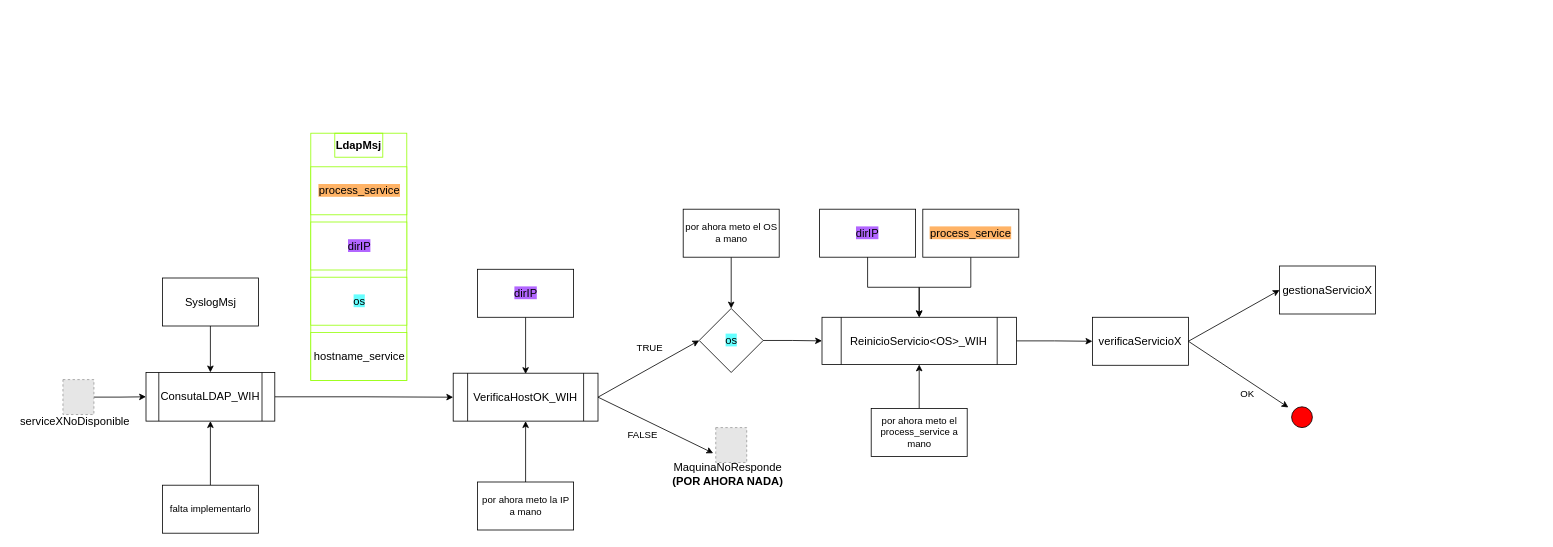
Earlier version of the draw.io diagram page "serviceXNoDisponible" (2 of 3) of esquemaProcesos.drawio (MarianaReyesH/gestionRed). Source tidied: cells renumbered, new cells numbered last; positions are measured from the earlier drawing's top-left corner, leaving out a move shared by most shapes. Both pictures are drawn from the tidied source at 80%, with x=0, y=0 at pixel (14, 133). Pictures stored in the file or linked from it are replaced by grey dashed boxes.
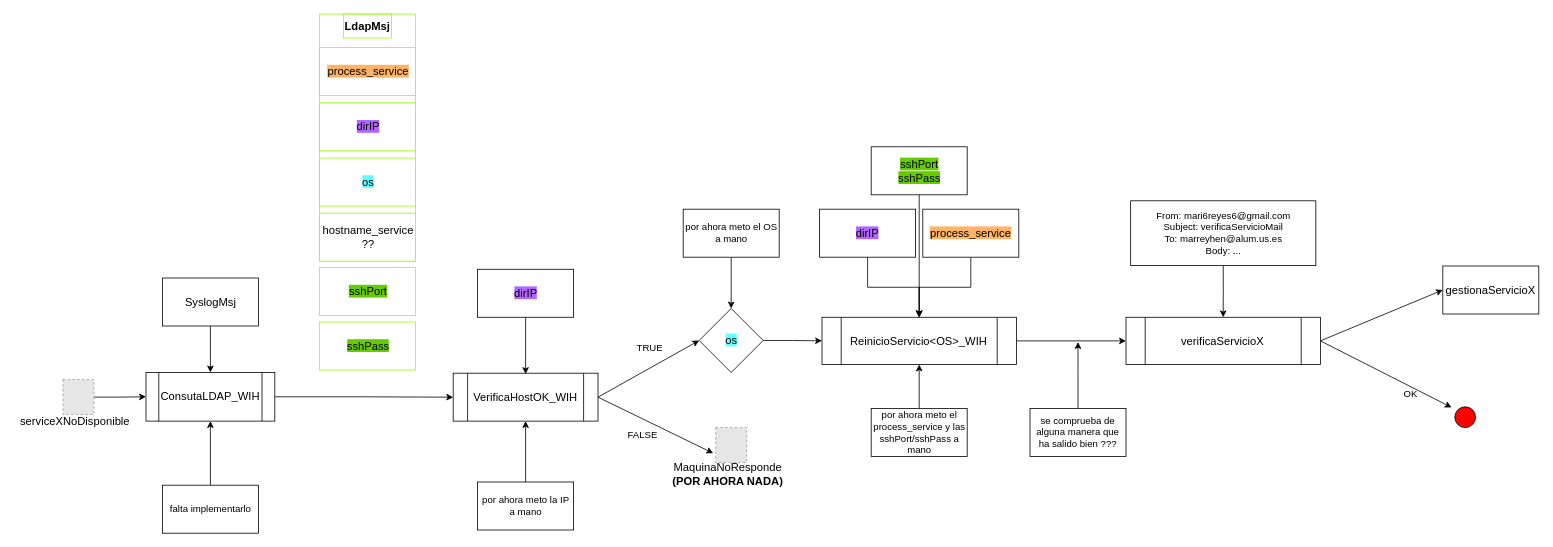
The same page after the edit.

The change refers to these unchanged cells:
```xml
<mxCell id="32" value="&lt;font style=&quot;font-size: 14px;&quot;&gt;ReinicioServicio&amp;lt;OS&amp;gt;_WIH&lt;/font&gt;" style="shape=process;whiteSpace=wrap;html=1;backgroundOutline=1;" parent="1" vertex="1">
  <mxGeometry x="1010" y="230.1" width="243" height="59" as="geometry" />
</mxCell>
```

Diff of the diagram source:
```diff
@@
-    <mxCell id="10" value="&lt;font style=&quot;font-size: 14px;&quot;&gt;verificaServicioX&lt;/font&gt;" style="rounded=0;whiteSpace=wrap;html=1;" parent="1" vertex="1">
-      <mxGeometry x="1348" y="230.1" width="120" height="60" as="geometry" />
-    </mxCell>
@@
     <mxCell id="12" style="endArrow=classic;html=1;rounded=0;entryX=0.379;entryY=-0.093;entryDx=0;entryDy=0;entryPerimeter=0;exitX=1;exitY=0.5;exitDx=0;exitDy=0;" parent="1" edge="1" source="10">
       <mxGeometry relative="1" as="geometry">
-        <mxPoint x="1593" y="342.8" as="targetPoint" />
+        <mxPoint x="1797" y="342.8" as="targetPoint" />
       </mxGeometry>
     </mxCell>
     <mxCell id="13" value="OK" style="text;html=1;align=center;verticalAlign=middle;whiteSpace=wrap;rounded=0;" parent="1" vertex="1">
-      <mxGeometry x="1512" y="311" width="60" height="30" as="geometry" />
+      <mxGeometry x="1716" y="311" width="60" height="30" as="geometry" />
     </mxCell>
     <mxCell id="14" value="&lt;font style=&quot;font-size: 14px;&quot;&gt;gestionaServicioX&lt;/font&gt;" style="rounded=0;whiteSpace=wrap;html=1;" parent="1" vertex="1">
-      <mxGeometry x="1582" y="166" width="120" height="60" as="geometry" />
+      <mxGeometry x="1786" y="166" width="120" height="60" as="geometry" />
     </mxCell>
     <mxCell id="15" style="ellipse;whiteSpace=wrap;html=1;fillColor=#FF0000;" parent="1" vertex="1">
-      <mxGeometry x="1597" y="342" width="26" height="26" as="geometry" />
+      <mxGeometry x="1801" y="342" width="26" height="26" as="geometry" />
     </mxCell>
@@
-    <mxCell id="24" style="group;strokeColor=#94FF08;" parent="1" vertex="1">
-      <mxGeometry x="371" width="120" height="309" as="geometry" />
-    </mxCell>
-    <mxCell id="25" value="&lt;div style=&quot;padding: 0px 0px 0px 2px;&quot;&gt;&lt;div style=&quot;&quot;&gt;&lt;p style=&quot;margin: 0px;&quot;&gt;&lt;font style=&quot;font-size: 14px; background-color: rgb(255, 179, 102);&quot;&gt;process_service&lt;/font&gt;&lt;/p&gt;&lt;/div&gt;&lt;/div&gt;" style="rounded=0;whiteSpace=wrap;html=1;strokeColor=#94FF08;" parent="24" vertex="1">
-      <mxGeometry y="42" width="120" height="60" as="geometry" />
-    </mxCell>
-    <mxCell id="26" value="&lt;div style=&quot;padding: 0px 0px 0px 2px;&quot;&gt;&lt;div style=&quot;&quot;&gt;&lt;p style=&quot;margin: 0px;&quot;&gt;&lt;font style=&quot;font-size: 14px; background-color: rgb(178, 102, 255);&quot;&gt;dirIP&lt;/font&gt;&lt;/p&gt;&lt;/div&gt;&lt;/div&gt;" style="rounded=0;whiteSpace=wrap;html=1;strokeColor=#94FF08;" parent="24" vertex="1">
-      <mxGeometry y="111" width="120" height="60" as="geometry" />
-    </mxCell>
-    <mxCell id="27" value="&lt;div style=&quot;padding: 0px 0px 0px 2px;&quot;&gt;&lt;div style=&quot;&quot;&gt;&lt;p style=&quot;margin: 0px;&quot;&gt;&lt;font style=&quot;font-size: 14px; background-color: rgb(102, 255, 255);&quot;&gt;os&lt;/font&gt;&lt;/p&gt;&lt;/div&gt;&lt;/div&gt;" style="rounded=0;whiteSpace=wrap;html=1;strokeColor=#94FF08;fillColor=#FFFFFF;" parent="24" vertex="1">
-      <mxGeometry y="180" width="120" height="60" as="geometry" />
-    </mxCell>
-    <mxCell id="28" value="&lt;b&gt;&lt;font style=&quot;font-size: 14px;&quot;&gt;LdapMsj&lt;/font&gt;&lt;/b&gt;" style="text;html=1;align=center;verticalAlign=middle;whiteSpace=wrap;rounded=0;strokeColor=#94FF08;" parent="24" vertex="1">
-      <mxGeometry x="30" width="60" height="30" as="geometry" />
-    </mxCell>
-    <mxCell id="29" value="&lt;div style=&quot;padding: 0px 0px 0px 2px;&quot;&gt;&lt;div style=&quot;&quot;&gt;&lt;p style=&quot;margin: 0px;&quot;&gt;&lt;font style=&quot;font-size: 14px;&quot;&gt;hostname_service&lt;/font&gt;&lt;/p&gt;&lt;/div&gt;&lt;/div&gt;" style="rounded=0;whiteSpace=wrap;html=1;strokeColor=#94FF08;" parent="24" vertex="1">
-      <mxGeometry y="249" width="120" height="60" as="geometry" />
-    </mxCell>
@@
-    <mxCell id="45" value="&lt;font style=&quot;font-size: 12px;&quot;&gt;por ahora meto el process_service a mano&lt;/font&gt;" style="rounded=0;whiteSpace=wrap;html=1;" parent="1" vertex="1">
+    <mxCell id="45" value="&lt;font style=&quot;font-size: 12px;&quot;&gt;por ahora meto el process_service y las sshPort/sshPass a mano&lt;/font&gt;" style="rounded=0;whiteSpace=wrap;html=1;" parent="1" vertex="1">
       <mxGeometry x="1071.5" y="344" width="120" height="60" as="geometry" />
     </mxCell>
+    <mxCell id="46" style="group;" parent="1" vertex="1">
+      <mxGeometry x="382" y="-149" width="120" height="377" as="geometry" />
+    </mxCell>
+    <mxCell id="24" style="group;strokeColor=#94FF08;" parent="46" vertex="1">
+      <mxGeometry width="120" height="309" as="geometry" />
+    </mxCell>
+    <mxCell id="25" value="&lt;div style=&quot;padding: 0px 0px 0px 2px;&quot;&gt;&lt;div style=&quot;&quot;&gt;&lt;p style=&quot;margin: 0px;&quot;&gt;&lt;font style=&quot;font-size: 14px; background-color: rgb(255, 179, 102);&quot;&gt;process_service&lt;/font&gt;&lt;/p&gt;&lt;/div&gt;&lt;/div&gt;" style="rounded=0;whiteSpace=wrap;html=1;strokeColor=#94FF08;" parent="46" vertex="1">
+      <mxGeometry y="42" width="120" height="60" as="geometry" />
+    </mxCell>
+    <mxCell id="26" value="&lt;div style=&quot;padding: 0px 0px 0px 2px;&quot;&gt;&lt;div style=&quot;&quot;&gt;&lt;p style=&quot;margin: 0px;&quot;&gt;&lt;font style=&quot;font-size: 14px; background-color: rgb(178, 102, 255);&quot;&gt;dirIP&lt;/font&gt;&lt;/p&gt;&lt;/div&gt;&lt;/div&gt;" style="rounded=0;whiteSpace=wrap;html=1;strokeColor=#94FF08;" parent="46" vertex="1">
+      <mxGeometry y="111" width="120" height="60" as="geometry" />
+    </mxCell>
+    <mxCell id="27" value="&lt;div style=&quot;padding: 0px 0px 0px 2px;&quot;&gt;&lt;div style=&quot;&quot;&gt;&lt;p style=&quot;margin: 0px;&quot;&gt;&lt;font style=&quot;font-size: 14px; background-color: rgb(102, 255, 255);&quot;&gt;os&lt;/font&gt;&lt;/p&gt;&lt;/div&gt;&lt;/div&gt;" style="rounded=0;whiteSpace=wrap;html=1;strokeColor=#94FF08;fillColor=#FFFFFF;" parent="46" vertex="1">
+      <mxGeometry y="180" width="120" height="60" as="geometry" />
+    </mxCell>
+    <mxCell id="28" value="&lt;b&gt;&lt;font style=&quot;font-size: 14px;&quot;&gt;LdapMsj&lt;/font&gt;&lt;/b&gt;" style="text;html=1;align=center;verticalAlign=middle;whiteSpace=wrap;rounded=0;strokeColor=#94FF08;" parent="46" vertex="1">
+      <mxGeometry x="30" width="60" height="30" as="geometry" />
+    </mxCell>
+    <mxCell id="29" value="&lt;div style=&quot;padding: 0px 0px 0px 2px;&quot;&gt;&lt;div style=&quot;&quot;&gt;&lt;p style=&quot;margin: 0px;&quot;&gt;&lt;font style=&quot;font-size: 14px;&quot;&gt;hostname_service&lt;/font&gt;&lt;/p&gt;&lt;p style=&quot;margin: 0px;&quot;&gt;&lt;font style=&quot;font-size: 14px;&quot;&gt;??&lt;/font&gt;&lt;/p&gt;&lt;/div&gt;&lt;/div&gt;" style="rounded=0;whiteSpace=wrap;html=1;strokeColor=#94FF08;" parent="46" vertex="1">
+      <mxGeometry y="249" width="120" height="60" as="geometry" />
+    </mxCell>
+    <mxCell id="47" value="&lt;div style=&quot;padding: 0px 0px 0px 2px;&quot;&gt;&lt;div style=&quot;&quot;&gt;&lt;p style=&quot;margin: 0px;&quot;&gt;&lt;span style=&quot;font-size: 14px; background-color: rgb(102, 204, 0);&quot;&gt;sshPort&lt;/span&gt;&lt;/p&gt;&lt;/div&gt;&lt;/div&gt;" style="rounded=0;whiteSpace=wrap;html=1;strokeColor=#94FF08;" parent="46" vertex="1">
+      <mxGeometry y="317" width="120" height="60" as="geometry" />
+    </mxCell>
+    <mxCell id="48" style="edgeStyle=orthogonalEdgeStyle;rounded=0;jettySize=auto;html=1;entryX=0.5;entryY=0;entryDx=0;entryDy=0;" parent="1" edge="1" source="49" target="32">
+      <mxGeometry relative="1" as="geometry" />
+    </mxCell>
+    <mxCell id="49" value="&lt;span style=&quot;font-size: 14px; background-color: rgb(102, 204, 0);&quot;&gt;sshPort&lt;/span&gt;&lt;div&gt;&lt;span style=&quot;font-size: 14px; background-color: rgb(102, 204, 0);&quot;&gt;sshPass&lt;/span&gt;&lt;/div&gt;" style="rounded=0;whiteSpace=wrap;html=1;" parent="1" vertex="1">
+      <mxGeometry x="1071.5" y="17" width="120" height="60" as="geometry" />
+    </mxCell>
+    <mxCell id="50" value="&lt;div style=&quot;padding: 0px 0px 0px 2px;&quot;&gt;&lt;div style=&quot;&quot;&gt;&lt;p style=&quot;margin: 0px;&quot;&gt;&lt;span style=&quot;font-size: 14px; background-color: rgb(102, 204, 0);&quot;&gt;sshPass&lt;/span&gt;&lt;/p&gt;&lt;/div&gt;&lt;/div&gt;" style="rounded=0;whiteSpace=wrap;html=1;strokeColor=#94FF08;" parent="1" vertex="1">
+      <mxGeometry x="382" y="236" width="120" height="60" as="geometry" />
+    </mxCell>
+    <mxCell id="10" value="&lt;span style=&quot;font-size: 14px;&quot;&gt;verificaServicioX&lt;/span&gt;" style="shape=process;whiteSpace=wrap;html=1;backgroundOutline=1;" parent="1" vertex="1">
+      <mxGeometry x="1390" y="230.1" width="243" height="59" as="geometry" />
+    </mxCell>
+    <mxCell id="51" style="edgeStyle=orthogonalEdgeStyle;rounded=0;jettySize=auto;html=1;" parent="1" edge="1" source="52">
+      <mxGeometry relative="1" as="geometry">
+        <mxPoint x="1330" y="261.1" as="targetPoint" />
+      </mxGeometry>
+    </mxCell>
+    <mxCell id="52" value="&lt;font style=&quot;font-size: 12px;&quot;&gt;se comprueba de alguna manera que ha salido bien ???&lt;/font&gt;" style="rounded=0;whiteSpace=wrap;html=1;" parent="1" vertex="1">
+      <mxGeometry x="1270" y="344" width="120" height="60" as="geometry" />
+    </mxCell>
+    <mxCell id="53" style="edgeStyle=orthogonalEdgeStyle;rounded=0;jettySize=auto;html=1;entryX=0.5;entryY=0;entryDx=0;entryDy=0;" parent="1" edge="1" source="54" target="10">
+      <mxGeometry relative="1" as="geometry" />
+    </mxCell>
+    <mxCell id="54" value="&lt;font style=&quot;font-size: 12px;&quot;&gt;From: mari6reyes6@gmail.com&lt;/font&gt;&lt;div&gt;Subject: verificaServicioMail&lt;/div&gt;&lt;div&gt;To: marreyhen@alum.us.es&lt;/div&gt;&lt;div&gt;Body: ...&lt;/div&gt;" style="rounded=0;whiteSpace=wrap;html=1;" parent="1" vertex="1">
+      <mxGeometry x="1395.8" y="84.5" width="231.5" height="81" as="geometry" />
+    </mxCell>
```
